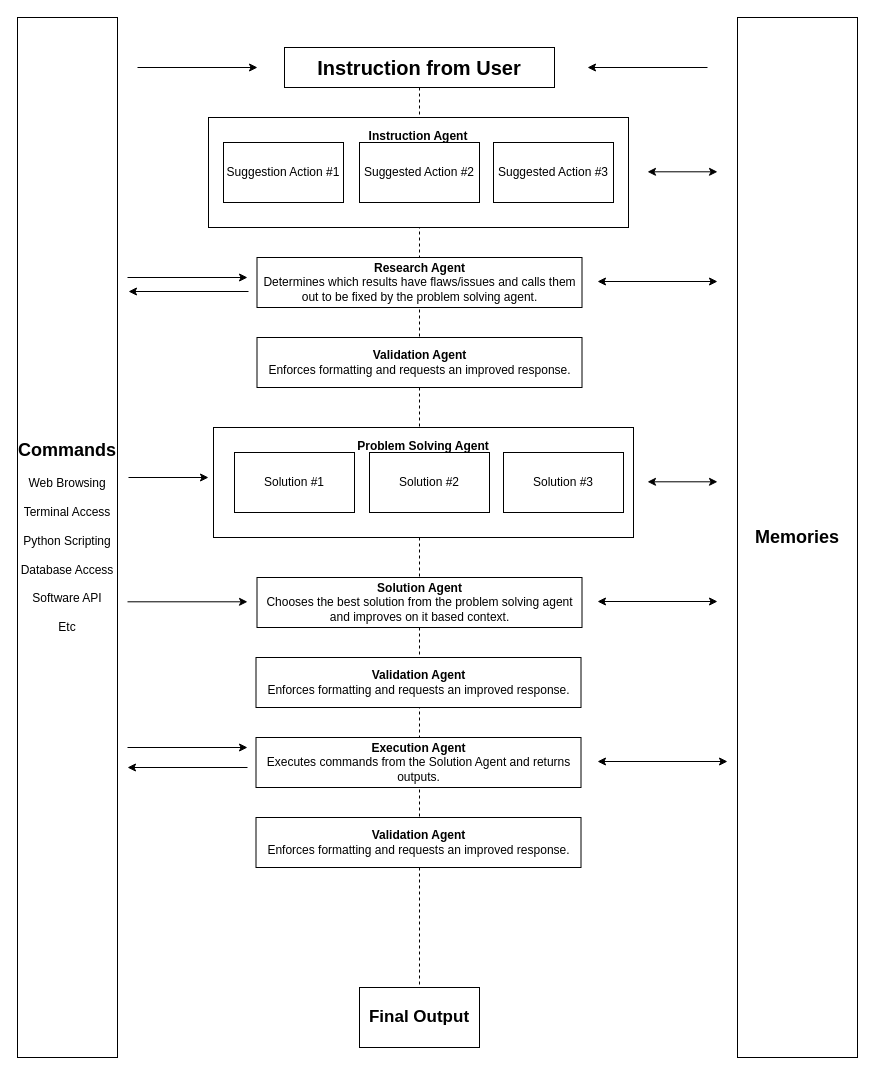
Josh-XT/AGiXT keeps this draw.io diagram as docs/Untitled Diagram.drawio. Above is the earlier version. Source tidied: cells renumbered, new cells numbered last; positions are measured from the earlier drawing's top-left corner, leaving out a move shared by most shapes. Both pictures are drawn from the tidied source at 100%, with x=0, y=0 at pixel (17, 17).
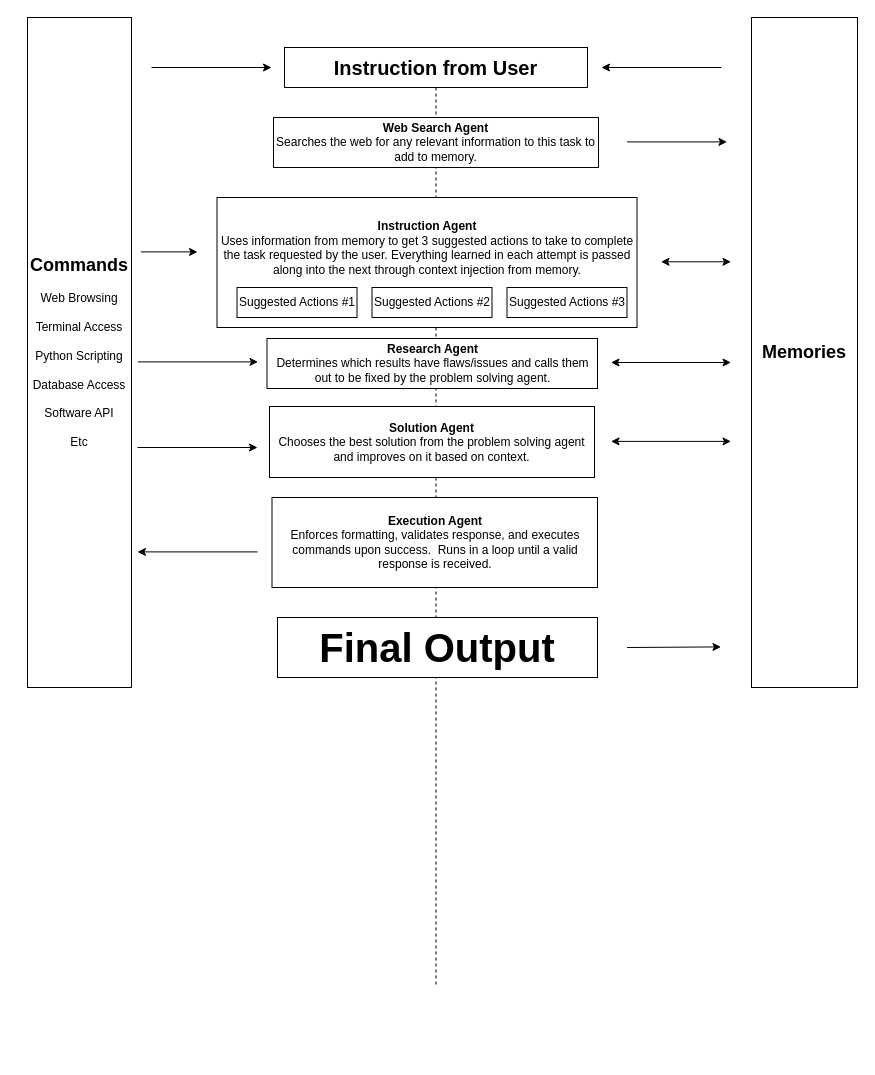
The same page after the edit.

The edit, as a diff of the source:
```diff
@@
-    <mxCell id="2" style="endArrow=classic;html=1;rounded=0;" parent="1" edge="1">
-      <mxGeometry relative="1" as="geometry">
-        <mxPoint x="231" y="274" as="sourcePoint" />
-        <mxPoint x="111" y="274" as="targetPoint" />
-      </mxGeometry>
-    </mxCell>
     <mxCell id="3" value="Instruction from User" style="shape=umlLifeline;perimeter=lifelinePerimeter;whiteSpace=wrap;html=1;newEdgeStyle={&quot;edgeStyle&quot;:&quot;elbowEdgeStyle&quot;,&quot;elbow&quot;:&quot;vertical&quot;,&quot;curved&quot;:0,&quot;rounded&quot;:0};fontStyle=1;fontSize=20;" parent="1" vertex="1">
-      <mxGeometry x="267" y="30" width="270" height="940" as="geometry" />
+      <mxGeometry x="267" y="30" width="303" height="940" as="geometry" />
     </mxCell>
-    <mxCell id="4" value="&lt;b&gt;Instruction Agent&lt;br&gt;&lt;br&gt;&lt;br&gt;&lt;br&gt;&lt;br&gt;&lt;br&gt;&lt;/b&gt;" style="rounded=0;whiteSpace=wrap;html=1;" parent="1" vertex="1">
-      <mxGeometry x="191" y="100" width="420" height="110" as="geometry" />
+    <mxCell id="4" value="&lt;b&gt;Instruction Agent&lt;/b&gt;&lt;br&gt;Uses information from memory to get 3 suggested actions to take to complete the task requested by the user. Everything learned in each attempt is passed along into the next through context injection from memory.&lt;br&gt;&lt;br&gt;&lt;br&gt;" style="rounded=0;whiteSpace=wrap;html=1;" parent="1" vertex="1">
+      <mxGeometry x="199.5" y="180" width="420" height="130" as="geometry" />
     </mxCell>
-    <mxCell id="5" value="Suggestion Action #1" style="rounded=0;whiteSpace=wrap;html=1;" parent="1" vertex="1">
-      <mxGeometry x="206" y="125" width="120" height="60" as="geometry" />
+    <mxCell id="5" value="Suggested Actions #1" style="rounded=0;whiteSpace=wrap;html=1;" parent="1" vertex="1">
+      <mxGeometry x="219.5" y="270" width="120" height="30" as="geometry" />
     </mxCell>
-    <mxCell id="6" value="Suggested Action #2" style="rounded=0;whiteSpace=wrap;html=1;" parent="1" vertex="1">
-      <mxGeometry x="342" y="125" width="120" height="60" as="geometry" />
+    <mxCell id="6" value="Suggested Actions #2" style="rounded=0;whiteSpace=wrap;html=1;" parent="1" vertex="1">
+      <mxGeometry x="354.5" y="270" width="120" height="30" as="geometry" />
     </mxCell>
-    <mxCell id="7" value="Suggested Action #3" style="rounded=0;whiteSpace=wrap;html=1;" parent="1" vertex="1">
-      <mxGeometry x="476" y="125" width="120" height="60" as="geometry" />
+    <mxCell id="7" value="Suggested Actions #3" style="rounded=0;whiteSpace=wrap;html=1;" parent="1" vertex="1">
+      <mxGeometry x="489.5" y="270" width="120" height="30" as="geometry" />
     </mxCell>
-    <mxCell id="8" value="&lt;b&gt;Validation Agent&lt;/b&gt;&lt;br&gt;Enforces formatting and requests an improved response." style="rounded=0;whiteSpace=wrap;html=1;" parent="1" vertex="1">
-      <mxGeometry x="239.5" y="320" width="325" height="50" as="geometry" />
+    <mxCell id="8" value="&lt;b&gt;Execution Agent&lt;/b&gt;&lt;br&gt;Enforces formatting, validates response, and executes commands upon success.&amp;nbsp; Runs in a loop until a valid response is received." style="rounded=0;whiteSpace=wrap;html=1;" parent="1" vertex="1">
+      <mxGeometry x="254.5" y="480" width="325.5" height="90" as="geometry" />
     </mxCell>
-    <mxCell id="9" value="&lt;b&gt;Problem Solving Agent&lt;/b&gt;&lt;br&gt;&lt;br&gt;&lt;br&gt;&lt;br&gt;&lt;br&gt;&lt;br&gt;" style="rounded=0;whiteSpace=wrap;html=1;" parent="1" vertex="1">
-      <mxGeometry x="196" y="410" width="420" height="110" as="geometry" />
-    </mxCell>
-    <mxCell id="10" value="Solution #1" style="rounded=0;whiteSpace=wrap;html=1;" parent="1" vertex="1">
-      <mxGeometry x="217" y="435" width="120" height="60" as="geometry" />
-    </mxCell>
-    <mxCell id="11" value="Solution #2" style="rounded=0;whiteSpace=wrap;html=1;" parent="1" vertex="1">
-      <mxGeometry x="352" y="435" width="120" height="60" as="geometry" />
-    </mxCell>
-    <mxCell id="12" value="Solution #3" style="rounded=0;whiteSpace=wrap;html=1;" parent="1" vertex="1">
-      <mxGeometry x="486" y="435" width="120" height="60" as="geometry" />
-    </mxCell>
     <mxCell id="13" value="&lt;b&gt;Research Agent&lt;/b&gt;&lt;br&gt;Determines which results have flaws/issues and calls them out to be fixed by the problem solving agent." style="rounded=0;whiteSpace=wrap;html=1;" parent="1" vertex="1">
-      <mxGeometry x="239.5" y="240" width="325" height="50" as="geometry" />
+      <mxGeometry x="249.5" y="321" width="330.5" height="50" as="geometry" />
     </mxCell>
-    <mxCell id="14" value="&lt;b&gt;Solution Agent&lt;/b&gt;&lt;br&gt;Chooses the best solution from the problem solving agent and improves on it based context." style="rounded=0;whiteSpace=wrap;html=1;" parent="1" vertex="1">
-      <mxGeometry x="239.5" y="560" width="325" height="50" as="geometry" />
+    <mxCell id="14" value="&lt;b&gt;Solution Agent&lt;/b&gt;&lt;br&gt;Chooses the best solution from the problem solving agent and improves on it based on context." style="rounded=0;whiteSpace=wrap;html=1;" parent="1" vertex="1">
+      <mxGeometry x="252" y="389" width="325" height="71" as="geometry" />
     </mxCell>
-    <mxCell id="15" value="&lt;b&gt;Validation Agent&lt;/b&gt;&lt;br&gt;Enforces formatting and requests an improved response." style="rounded=0;whiteSpace=wrap;html=1;" parent="1" vertex="1">
-      <mxGeometry x="238.5" y="640" width="325" height="50" as="geometry" />
-    </mxCell>
-    <mxCell id="16" value="&lt;b&gt;Execution Agent&lt;/b&gt;&lt;br&gt;Executes commands from the Solution Agent and returns outputs." style="rounded=0;whiteSpace=wrap;html=1;" parent="1" vertex="1">
-      <mxGeometry x="238.5" y="720" width="325" height="50" as="geometry" />
-    </mxCell>
-    <mxCell id="17" value="&lt;b&gt;Validation Agent&lt;/b&gt;&lt;br&gt;Enforces formatting and requests an improved response." style="rounded=0;whiteSpace=wrap;html=1;" parent="1" vertex="1">
-      <mxGeometry x="238.5" y="800" width="325" height="50" as="geometry" />
-    </mxCell>
-    <mxCell id="18" value="Final Output" style="rounded=0;whiteSpace=wrap;html=1;fontStyle=1;fontSize=17;" parent="1" vertex="1">
-      <mxGeometry x="342" y="970" width="120" height="60" as="geometry" />
+    <mxCell id="18" value="Final Output" style="rounded=0;whiteSpace=wrap;html=1;fontStyle=1;fontSize=40;" parent="1" vertex="1">
+      <mxGeometry x="260" y="600" width="320" height="60" as="geometry" />
     </mxCell>
     <mxCell id="19" value="&lt;b&gt;&lt;font style=&quot;font-size: 18px;&quot;&gt;Commands&lt;/font&gt;&lt;/b&gt;&lt;br&gt;&lt;br&gt;Web Browsing&lt;br&gt;&lt;br&gt;Terminal Access&lt;br&gt;&lt;br&gt;Python Scripting&lt;br&gt;&lt;br&gt;Database Access&lt;br&gt;&lt;br&gt;Software API&lt;br&gt;&lt;br&gt;Etc" style="rounded=0;whiteSpace=wrap;html=1;" parent="1" vertex="1">
-      <mxGeometry width="100" height="1040" as="geometry" />
+      <mxGeometry x="10" width="104" height="670" as="geometry" />
     </mxCell>
     <mxCell id="20" value="&lt;b&gt;&lt;font style=&quot;font-size: 18px;&quot;&gt;Memories&lt;/font&gt;&lt;/b&gt;" style="rounded=0;whiteSpace=wrap;html=1;" parent="1" vertex="1">
-      <mxGeometry x="720" width="120" height="1040" as="geometry" />
+      <mxGeometry x="734" width="106" height="670" as="geometry" />
     </mxCell>
     <mxCell id="21" style="endArrow=classic;html=1;rounded=0;" parent="1" edge="1">
       <mxGeometry relative="1" as="geometry">
-        <mxPoint x="120" y="50" as="sourcePoint" />
-        <mxPoint x="240" y="50" as="targetPoint" />
+        <mxPoint x="134" y="50" as="sourcePoint" />
+        <mxPoint x="254" y="50" as="targetPoint" />
       </mxGeometry>
     </mxCell>
     <mxCell id="22" style="endArrow=classic;html=1;rounded=0;" parent="1" edge="1">
       <mxGeometry relative="1" as="geometry">
-        <mxPoint x="110" y="260" as="sourcePoint" />
-        <mxPoint x="230" y="260" as="targetPoint" />
+        <mxPoint x="123.5" y="234.4" as="sourcePoint" />
+        <mxPoint x="180" y="234.4" as="targetPoint" />
       </mxGeometry>
     </mxCell>
-    <mxCell id="23" style="endArrow=classic;html=1;rounded=0;" parent="1" edge="1">
-      <mxGeometry relative="1" as="geometry">
-        <mxPoint x="111" y="460" as="sourcePoint" />
-        <mxPoint x="191" y="460" as="targetPoint" />
-      </mxGeometry>
-    </mxCell>
     <mxCell id="24" style="endArrow=classic;html=1;rounded=0;" parent="1" edge="1">
       <mxGeometry relative="1" as="geometry">
-        <mxPoint x="110" y="584.3" as="sourcePoint" />
-        <mxPoint x="230" y="584.3" as="targetPoint" />
+        <mxPoint x="120.5" y="344.4" as="sourcePoint" />
+        <mxPoint x="240.5" y="344.4" as="targetPoint" />
       </mxGeometry>
     </mxCell>
-    <mxCell id="25" style="endArrow=classic;html=1;rounded=0;" parent="1" edge="1">
-      <mxGeometry relative="1" as="geometry">
-        <mxPoint x="110" y="730" as="sourcePoint" />
-        <mxPoint x="230" y="730" as="targetPoint" />
-      </mxGeometry>
-    </mxCell>
     <mxCell id="26" style="endArrow=classic;html=1;rounded=0;" parent="1" edge="1">
       <mxGeometry relative="1" as="geometry">
-        <mxPoint x="230" y="750" as="sourcePoint" />
-        <mxPoint x="110" y="750" as="targetPoint" />
+        <mxPoint x="240" y="534.4" as="sourcePoint" />
+        <mxPoint x="120" y="534.4" as="targetPoint" />
       </mxGeometry>
     </mxCell>
     <mxCell id="27" style="endArrow=classic;startArrow=classic;html=1;rounded=0;" parent="1" edge="1">
       <mxGeometry relative="1" as="geometry">
-        <mxPoint x="580" y="264" as="sourcePoint" />
-        <mxPoint x="700" y="264" as="targetPoint" />
+        <mxPoint x="593.5" y="345" as="sourcePoint" />
+        <mxPoint x="713.5" y="345" as="targetPoint" />
       </mxGeometry>
     </mxCell>
     <mxCell id="28" style="endArrow=classic;startArrow=classic;html=1;rounded=0;" parent="1" edge="1">
       <mxGeometry relative="1" as="geometry">
-        <mxPoint x="630" y="154.3" as="sourcePoint" />
-        <mxPoint x="700" y="154.3" as="targetPoint" />
+        <mxPoint x="643.5" y="244.3" as="sourcePoint" />
+        <mxPoint x="713.5" y="244.3" as="targetPoint" />
       </mxGeometry>
     </mxCell>
     <mxCell id="29" style="endArrow=classic;html=1;rounded=0;" parent="1" edge="1">
       <mxGeometry relative="1" as="geometry">
-        <mxPoint x="690" y="50" as="sourcePoint" />
-        <mxPoint x="570" y="50" as="targetPoint" />
+        <mxPoint x="704" y="50" as="sourcePoint" />
+        <mxPoint x="584" y="50" as="targetPoint" />
       </mxGeometry>
     </mxCell>
-    <mxCell id="30" style="endArrow=classic;startArrow=classic;html=1;rounded=0;" parent="1" edge="1">
-      <mxGeometry relative="1" as="geometry">
-        <mxPoint x="630" y="464.3" as="sourcePoint" />
-        <mxPoint x="700" y="464.3" as="targetPoint" />
-      </mxGeometry>
-    </mxCell>
     <mxCell id="31" style="endArrow=classic;startArrow=classic;html=1;rounded=0;" parent="1" edge="1">
       <mxGeometry relative="1" as="geometry">
-        <mxPoint x="580" y="584" as="sourcePoint" />
-        <mxPoint x="700" y="584" as="targetPoint" />
+        <mxPoint x="593.5" y="423.9" as="sourcePoint" />
+        <mxPoint x="713.5" y="423.9" as="targetPoint" />
       </mxGeometry>
     </mxCell>
-    <mxCell id="32" style="endArrow=classic;startArrow=classic;html=1;rounded=0;" parent="1" edge="1">
-      <mxGeometry relative="1" as="geometry">
-        <mxPoint x="580" y="744" as="sourcePoint" />
-        <mxPoint x="710" y="744" as="targetPoint" />
-      </mxGeometry>
-    </mxCell>
+    <mxCell id="33" style="endArrow=classic;html=1;rounded=0;" parent="1" edge="1">
+      <mxGeometry relative="1" as="geometry">
+        <mxPoint x="609.5" y="630" as="sourcePoint" />
+        <mxPoint x="703.5" y="629.4" as="targetPoint" />
+      </mxGeometry>
+    </mxCell>
+    <mxCell id="34" value="&lt;b&gt;Web Search Agent&lt;/b&gt;&lt;br&gt;Searches the web for any relevant information to this task to add to memory." style="rounded=0;whiteSpace=wrap;html=1;" parent="1" vertex="1">
+      <mxGeometry x="256" y="100" width="325" height="50" as="geometry" />
+    </mxCell>
+    <mxCell id="35" style="endArrow=classic;html=1;rounded=0;" parent="1" edge="1">
+      <mxGeometry relative="1" as="geometry">
+        <mxPoint x="120" y="430" as="sourcePoint" />
+        <mxPoint x="240" y="430" as="targetPoint" />
+      </mxGeometry>
+    </mxCell>
+    <mxCell id="36" style="endArrow=classic;html=1;rounded=0;" parent="1" edge="1">
+      <mxGeometry relative="1" as="geometry">
+        <mxPoint x="609.5" y="124.4" as="sourcePoint" />
+        <mxPoint x="709.5" y="124.4" as="targetPoint" />
+        <Array as="points">
+          <mxPoint x="659.5" y="124.4" />
+        </Array>
+      </mxGeometry>
+    </mxCell>
```
